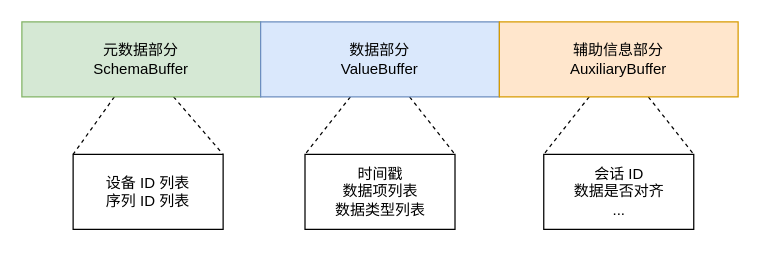
Above: 设计图/序列化总体设计.drawio in THUMarkLau/thuthesis (draw.io), before the change. Source tidied: cells renumbered, new cells numbered last; positions are measured from the earlier drawing's top-left corner, leaving out a move shared by most shapes. Both pictures are drawn from the tidied source at 125%, with x=0, y=0 at pixel (21, 21).
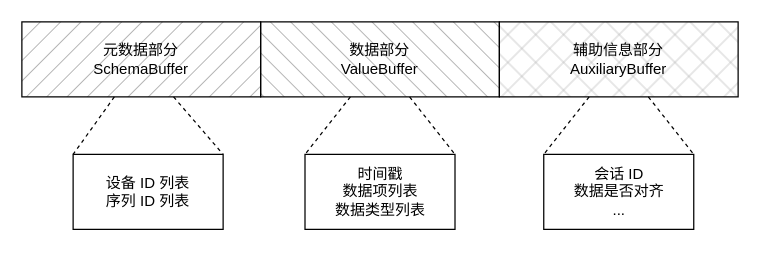
The same page after the edit.

Change to the diagram source:
```diff
@@
 <mxGraphModel>
   <root>
     <mxCell id="0" />
     <mxCell id="1" parent="0" />
     <mxCell id="2" style="rounded=0;jettySize=auto;html=1;entryX=0;entryY=0;entryDx=0;entryDy=0;dashed=1;endArrow=none;endFill=0;" parent="1" edge="1" source="4" target="11">
       <mxGeometry relative="1" as="geometry" />
     </mxCell>
     <mxCell id="3" style="rounded=0;jettySize=auto;html=1;entryX=1;entryY=0;entryDx=0;entryDy=0;dashed=1;endArrow=none;endFill=0;" parent="1" edge="1" source="4" target="11">
       <mxGeometry relative="1" as="geometry" />
     </mxCell>
-    <mxCell id="4" value="元数据部分&lt;br&gt;SchemaBuffer" style="rounded=0;whiteSpace=wrap;html=1;fillColor=#d5e8d4;strokeColor=#82b366;" parent="1" vertex="1">
+    <mxCell id="4" value="元数据部分&lt;br&gt;SchemaBuffer" style="rounded=0;whiteSpace=wrap;html=1;fillColor=#000000;strokeColor=#000000;fillStyle=hatch;fillOpacity=30;" parent="1" vertex="1">
       <mxGeometry width="191" height="60" as="geometry" />
     </mxCell>
     <mxCell id="5" style="rounded=0;jettySize=auto;html=1;entryX=0;entryY=0;entryDx=0;entryDy=0;dashed=1;endArrow=none;endFill=0;" parent="1" edge="1" source="7" target="12">
       <mxGeometry relative="1" as="geometry" />
     </mxCell>
     <mxCell id="6" style="rounded=0;jettySize=auto;html=1;entryX=1;entryY=0;entryDx=0;entryDy=0;dashed=1;endArrow=none;endFill=0;" parent="1" edge="1" source="7" target="12">
       <mxGeometry relative="1" as="geometry" />
     </mxCell>
-    <mxCell id="7" value="数据部分&lt;br&gt;ValueBuffer" style="rounded=0;whiteSpace=wrap;html=1;fillColor=#dae8fc;strokeColor=#6c8ebf;" parent="1" vertex="1">
+    <mxCell id="7" value="数据部分&lt;br&gt;ValueBuffer" style="rounded=0;whiteSpace=wrap;html=1;fillColor=#000000;strokeColor=#000000;fillStyle=hatch;imageAspect=1;fillOpacity=30;strokeOpacity=100;direction=north;" parent="1" vertex="1">
       <mxGeometry x="191" width="191" height="60" as="geometry" />
     </mxCell>
     <mxCell id="8" style="rounded=0;jettySize=auto;html=1;entryX=0;entryY=0;entryDx=0;entryDy=0;dashed=1;endArrow=none;endFill=0;" parent="1" edge="1" source="10" target="13">
       <mxGeometry relative="1" as="geometry" />
     </mxCell>
     <mxCell id="9" style="rounded=0;jettySize=auto;html=1;entryX=1;entryY=0;entryDx=0;entryDy=0;dashed=1;endArrow=none;endFill=0;" parent="1" edge="1" source="10" target="13">
       <mxGeometry relative="1" as="geometry" />
     </mxCell>
-    <mxCell id="10" value="辅助信息部分&lt;br&gt;AuxiliaryBuffer" style="rounded=0;whiteSpace=wrap;html=1;fillColor=#ffe6cc;strokeColor=#d79b00;" parent="1" vertex="1">
+    <mxCell id="10" value="辅助信息部分&lt;br&gt;AuxiliaryBuffer" style="rounded=0;whiteSpace=wrap;html=1;fillColor=#000000;strokeColor=#000000;fillStyle=cross-hatch;fillOpacity=30;" parent="1" vertex="1">
       <mxGeometry x="382" width="191" height="60" as="geometry" />
     </mxCell>
     <mxCell id="11" value="设备 ID 列表&lt;br&gt;序列 ID 列表" style="rounded=0;whiteSpace=wrap;html=1;" parent="1" vertex="1">
       <mxGeometry x="41" y="106" width="120" height="60" as="geometry" />
     </mxCell>
     <mxCell id="12" value="时间戳&lt;br&gt;数据项列表&lt;div&gt;数据类型列表&lt;/div&gt;" style="rounded=0;whiteSpace=wrap;html=1;" parent="1" vertex="1">
       <mxGeometry x="226.5" y="106" width="120" height="60" as="geometry" />
     </mxCell>
     <mxCell id="13" value="会话 ID&lt;br&gt;数据是否对齐&lt;br&gt;..." style="rounded=0;whiteSpace=wrap;html=1;" parent="1" vertex="1">
       <mxGeometry x="417.5" y="106" width="120" height="60" as="geometry" />
     </mxCell>
   </root>
 </mxGraphModel>
```
